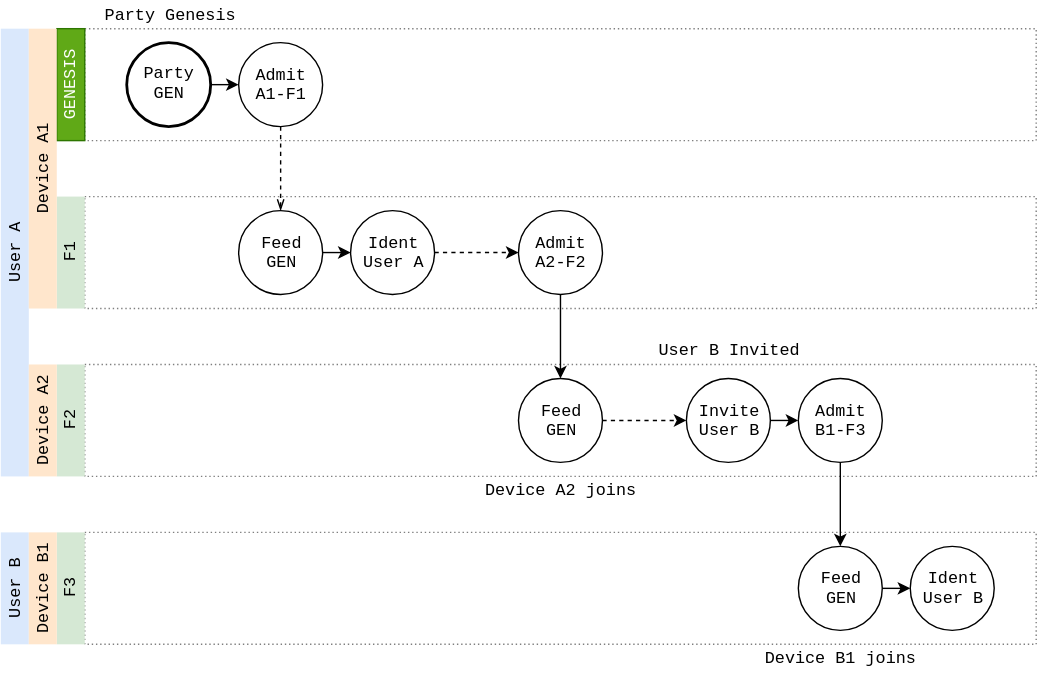
This is docs/design/diagrams/halo-credentials.drawio.svg from dxos/dxos, a draw.io export, as it was before one commit. Source tidied: cells renumbered, new cells last; positions are measured from the earlier drawing's top-left corner, leaving out a move shared by most shapes.
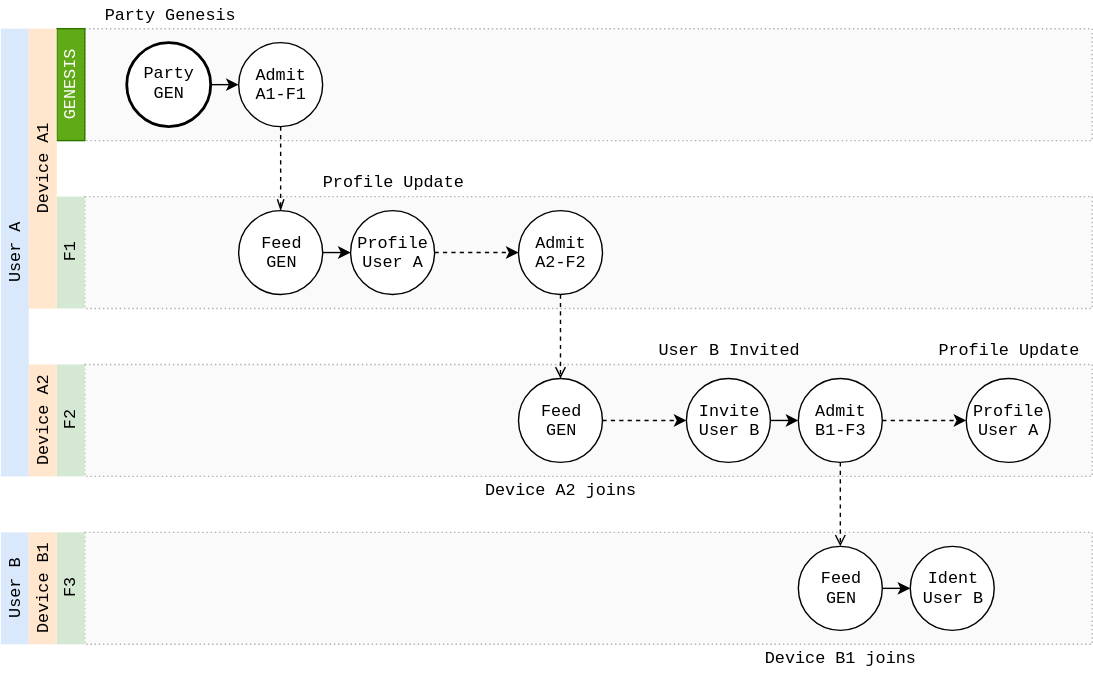
After the commit.

The edit, as a diff of the source:
```diff
@@ -1,74 +1,77 @@
-<mxGraphModel>
+<mxGraphModel background="#ffffff">
   <root>
     <mxCell id="0" />
     <mxCell id="1" parent="0" />
-    <mxCell id="2" style="rounded=0;whiteSpace=wrap;html=1;fillColor=none;dashed=1;dashPattern=1 2;strokeWidth=1;opacity=50;" parent="1" vertex="1">
-      <mxGeometry x="60" y="20" width="680" height="80" as="geometry" />
+    <mxCell id="2" style="rounded=0;whiteSpace=wrap;html=1;fillColor=#f5f5f5;dashed=1;dashPattern=1 2;strokeWidth=1;opacity=50;strokeColor=#666666;fontColor=#333333;" parent="1" vertex="1">
+      <mxGeometry x="60" y="20" width="720" height="80" as="geometry" />
     </mxCell>
-    <mxCell id="3" style="rounded=0;whiteSpace=wrap;html=1;fillColor=none;dashed=1;dashPattern=1 2;strokeWidth=1;opacity=50;" parent="1" vertex="1">
-      <mxGeometry x="60" y="140" width="680" height="80" as="geometry" />
+    <mxCell id="3" style="rounded=0;whiteSpace=wrap;html=1;fillColor=#f5f5f5;dashed=1;dashPattern=1 2;strokeWidth=1;opacity=50;strokeColor=#666666;fontColor=#333333;" parent="1" vertex="1">
+      <mxGeometry x="60" y="140" width="720" height="80" as="geometry" />
     </mxCell>
-    <mxCell id="4" style="rounded=0;whiteSpace=wrap;html=1;fillColor=none;dashed=1;dashPattern=1 2;strokeWidth=1;opacity=50;" parent="1" vertex="1">
-      <mxGeometry x="60" y="260" width="680" height="80" as="geometry" />
+    <mxCell id="4" style="rounded=0;whiteSpace=wrap;html=1;fillColor=#f5f5f5;dashed=1;dashPattern=1 2;strokeWidth=1;opacity=50;strokeColor=#666666;fontColor=#333333;" parent="1" vertex="1">
+      <mxGeometry x="60" y="260" width="720" height="80" as="geometry" />
     </mxCell>
-    <mxCell id="5" style="rounded=0;whiteSpace=wrap;html=1;fillColor=none;dashed=1;dashPattern=1 2;strokeWidth=1;opacity=50;" parent="1" vertex="1">
-      <mxGeometry x="60" y="380" width="680" height="80" as="geometry" />
+    <mxCell id="5" style="rounded=0;whiteSpace=wrap;html=1;fillColor=#f5f5f5;dashed=1;dashPattern=1 2;strokeWidth=1;opacity=50;strokeColor=#666666;fontColor=#333333;" parent="1" vertex="1">
+      <mxGeometry x="60" y="380" width="720" height="80" as="geometry" />
     </mxCell>
     <mxCell id="6" style="edgeStyle=orthogonalEdgeStyle;rounded=0;jettySize=auto;html=1;exitX=1;exitY=0.5;exitDx=0;exitDy=0;entryX=0;entryY=0.5;entryDx=0;entryDy=0;fontFamily=Courier New;fontSize=12;" parent="1" edge="1" source="7" target="9">
       <mxGeometry relative="1" as="geometry" />
     </mxCell>
-    <mxCell id="7" value="Party&lt;br style=&quot;font-size: 12px;&quot;&gt;GEN" style="ellipse;whiteSpace=wrap;html=1;fillColor=none;fontFamily=Courier New;fontSize=12;strokeWidth=2;" parent="1" vertex="1">
+    <mxCell id="7" value="Party&lt;br style=&quot;font-size: 12px;&quot;&gt;GEN" style="ellipse;whiteSpace=wrap;html=1;fontFamily=Courier New;fontSize=12;strokeWidth=2;" parent="1" vertex="1">
       <mxGeometry x="90" y="30" width="60" height="60" as="geometry" />
     </mxCell>
     <mxCell id="8" style="edgeStyle=orthogonalEdgeStyle;rounded=0;jettySize=auto;html=1;exitX=0.5;exitY=1;exitDx=0;exitDy=0;entryX=0.5;entryY=0;entryDx=0;entryDy=0;fontFamily=Courier New;fontSize=12;dashed=1;endArrow=openThin;endFill=0;" parent="1" edge="1" source="9" target="11">
       <mxGeometry relative="1" as="geometry" />
     </mxCell>
-    <mxCell id="9" value="Admit&lt;br style=&quot;font-size: 12px&quot;&gt;A1-F1" style="ellipse;whiteSpace=wrap;html=1;fillColor=none;fontFamily=Courier New;fontSize=12;" parent="1" vertex="1">
+    <mxCell id="9" value="Admit&lt;br style=&quot;font-size: 12px&quot;&gt;A1-F1" style="ellipse;whiteSpace=wrap;html=1;fontFamily=Courier New;fontSize=12;" parent="1" vertex="1">
       <mxGeometry x="170" y="30" width="60" height="60" as="geometry" />
     </mxCell>
     <mxCell id="10" style="edgeStyle=orthogonalEdgeStyle;rounded=0;jettySize=auto;html=1;exitX=1;exitY=0.5;exitDx=0;exitDy=0;entryX=0;entryY=0.5;entryDx=0;entryDy=0;fontFamily=Courier New;fontSize=12;" parent="1" edge="1" source="11" target="19">
       <mxGeometry relative="1" as="geometry" />
     </mxCell>
-    <mxCell id="11" value="Feed&lt;br style=&quot;font-size: 12px;&quot;&gt;GEN" style="ellipse;whiteSpace=wrap;html=1;fillColor=none;fontFamily=Courier New;fontSize=12;" parent="1" vertex="1">
+    <mxCell id="11" value="Feed&lt;br style=&quot;font-size: 12px;&quot;&gt;GEN" style="ellipse;whiteSpace=wrap;html=1;fontFamily=Courier New;fontSize=12;" parent="1" vertex="1">
       <mxGeometry x="170" y="150" width="60" height="60" as="geometry" />
     </mxCell>
     <mxCell id="12" style="edgeStyle=orthogonalEdgeStyle;rounded=0;jettySize=auto;html=1;exitX=1;exitY=0.5;exitDx=0;exitDy=0;entryX=0;entryY=0.5;entryDx=0;entryDy=0;dashed=1;fontFamily=Courier New;fontSize=12;" parent="1" edge="1" source="13" target="15">
       <mxGeometry relative="1" as="geometry" />
     </mxCell>
-    <mxCell id="13" value="Feed&lt;br style=&quot;font-size: 12px;&quot;&gt;GEN" style="ellipse;whiteSpace=wrap;html=1;fillColor=none;fontFamily=Courier New;fontSize=12;" parent="1" vertex="1">
+    <mxCell id="13" value="Feed&lt;br style=&quot;font-size: 12px;&quot;&gt;GEN" style="ellipse;whiteSpace=wrap;html=1;fontFamily=Courier New;fontSize=12;" parent="1" vertex="1">
       <mxGeometry x="370" y="270" width="60" height="60" as="geometry" />
     </mxCell>
     <mxCell id="14" style="edgeStyle=orthogonalEdgeStyle;rounded=0;jettySize=auto;html=1;exitX=1;exitY=0.5;exitDx=0;exitDy=0;entryX=0;entryY=0.5;entryDx=0;entryDy=0;fontFamily=Courier New;fontSize=12;" parent="1" edge="1" source="15" target="24">
       <mxGeometry relative="1" as="geometry" />
     </mxCell>
-    <mxCell id="15" value="Invite&lt;br style=&quot;font-size: 12px;&quot;&gt;User B" style="ellipse;whiteSpace=wrap;html=1;fillColor=none;fontFamily=Courier New;fontSize=12;" parent="1" vertex="1">
+    <mxCell id="15" value="Invite&lt;br style=&quot;font-size: 12px;&quot;&gt;User B" style="ellipse;whiteSpace=wrap;html=1;fontFamily=Courier New;fontSize=12;" parent="1" vertex="1">
       <mxGeometry x="490" y="270" width="60" height="60" as="geometry" />
     </mxCell>
     <mxCell id="16" style="edgeStyle=orthogonalEdgeStyle;rounded=0;jettySize=auto;html=1;exitX=1;exitY=0.5;exitDx=0;exitDy=0;entryX=0;entryY=0.5;entryDx=0;entryDy=0;fontFamily=Courier New;fontSize=12;" parent="1" edge="1" source="17" target="20">
       <mxGeometry relative="1" as="geometry" />
     </mxCell>
-    <mxCell id="17" value="Feed&lt;br style=&quot;font-size: 12px;&quot;&gt;GEN" style="ellipse;whiteSpace=wrap;html=1;fillColor=none;fontFamily=Courier New;fontSize=12;" parent="1" vertex="1">
+    <mxCell id="17" value="Feed&lt;br style=&quot;font-size: 12px;&quot;&gt;GEN" style="ellipse;whiteSpace=wrap;html=1;fontFamily=Courier New;fontSize=12;" parent="1" vertex="1">
       <mxGeometry x="570" y="390" width="60" height="60" as="geometry" />
     </mxCell>
     <mxCell id="18" style="edgeStyle=orthogonalEdgeStyle;rounded=0;jettySize=auto;html=1;exitX=1;exitY=0.5;exitDx=0;exitDy=0;entryX=0;entryY=0.5;entryDx=0;entryDy=0;dashed=1;fontFamily=Courier New;fontSize=12;" parent="1" edge="1" source="19" target="22">
       <mxGeometry relative="1" as="geometry" />
     </mxCell>
-    <mxCell id="19" value="Ident&lt;br style=&quot;font-size: 12px;&quot;&gt;User A" style="ellipse;whiteSpace=wrap;html=1;fillColor=none;fontFamily=Courier New;fontSize=12;" parent="1" vertex="1">
+    <mxCell id="19" value="Profile&lt;br style=&quot;font-size: 12px&quot;&gt;User A" style="ellipse;whiteSpace=wrap;html=1;fontFamily=Courier New;fontSize=12;" parent="1" vertex="1">
       <mxGeometry x="250" y="150" width="60" height="60" as="geometry" />
     </mxCell>
-    <mxCell id="20" value="Ident&lt;br style=&quot;font-size: 12px;&quot;&gt;User B" style="ellipse;whiteSpace=wrap;html=1;fillColor=none;fontFamily=Courier New;fontSize=12;" parent="1" vertex="1">
+    <mxCell id="20" value="Ident&lt;br style=&quot;font-size: 12px;&quot;&gt;User B" style="ellipse;whiteSpace=wrap;html=1;fontFamily=Courier New;fontSize=12;" parent="1" vertex="1">
       <mxGeometry x="650" y="390" width="60" height="60" as="geometry" />
     </mxCell>
-    <mxCell id="21" style="edgeStyle=orthogonalEdgeStyle;rounded=0;jettySize=auto;html=1;exitX=0.5;exitY=1;exitDx=0;exitDy=0;entryX=0.5;entryY=0;entryDx=0;entryDy=0;fontFamily=Courier New;fontSize=12;" parent="1" edge="1" source="22" target="13">
+    <mxCell id="21" style="edgeStyle=orthogonalEdgeStyle;rounded=0;jettySize=auto;html=1;exitX=0.5;exitY=1;exitDx=0;exitDy=0;entryX=0.5;entryY=0;entryDx=0;entryDy=0;fontFamily=Courier New;fontSize=12;dashed=1;endArrow=open;endFill=0;" parent="1" edge="1" source="22" target="13">
       <mxGeometry relative="1" as="geometry" />
     </mxCell>
-    <mxCell id="22" value="Admit&lt;br style=&quot;font-size: 12px;&quot;&gt;A2-F2" style="ellipse;whiteSpace=wrap;html=1;fillColor=none;fontFamily=Courier New;fontSize=12;" parent="1" vertex="1">
+    <mxCell id="22" value="Admit&lt;br style=&quot;font-size: 12px;&quot;&gt;A2-F2" style="ellipse;whiteSpace=wrap;html=1;fontFamily=Courier New;fontSize=12;" parent="1" vertex="1">
       <mxGeometry x="370" y="150" width="60" height="60" as="geometry" />
     </mxCell>
-    <mxCell id="23" style="edgeStyle=orthogonalEdgeStyle;rounded=0;jettySize=auto;html=1;exitX=0.5;exitY=1;exitDx=0;exitDy=0;entryX=0.5;entryY=0;entryDx=0;entryDy=0;fontFamily=Courier New;fontSize=12;" parent="1" edge="1" source="24" target="17">
+    <mxCell id="23" style="edgeStyle=orthogonalEdgeStyle;rounded=0;jettySize=auto;html=1;exitX=0.5;exitY=1;exitDx=0;exitDy=0;entryX=0.5;entryY=0;entryDx=0;entryDy=0;fontFamily=Courier New;fontSize=12;dashed=1;endArrow=open;endFill=0;" parent="1" edge="1" source="24" target="17">
       <mxGeometry relative="1" as="geometry" />
     </mxCell>
+    <mxCell id="38" style="edgeStyle=orthogonalEdgeStyle;rounded=0;jettySize=auto;html=1;exitX=1;exitY=0.5;exitDx=0;exitDy=0;dashed=1;endArrow=classic;endFill=1;fontFamily=Courier New;fontSize=12;" parent="1" edge="1" source="24" target="39">
+      <mxGeometry relative="1" as="geometry" />
+    </mxCell>
-    <mxCell id="24" value="Admit&lt;br style=&quot;font-size: 12px;&quot;&gt;B1-F3" style="ellipse;whiteSpace=wrap;html=1;fillColor=none;fontFamily=Courier New;fontSize=12;" parent="1" vertex="1">
+    <mxCell id="24" value="Admit&lt;br style=&quot;font-size: 12px;&quot;&gt;B1-F3" style="ellipse;whiteSpace=wrap;html=1;fontFamily=Courier New;fontSize=12;" parent="1" vertex="1">
       <mxGeometry x="570" y="270" width="60" height="60" as="geometry" />
     </mxCell>
     <mxCell id="25" value="F3" style="rounded=0;whiteSpace=wrap;html=1;strokeWidth=1;horizontal=0;fillColor=#d5e8d4;strokeColor=none;fontSize=12;fontFamily=Courier New;" parent="1" vertex="1">
@@ -110,5 +113,14 @@
     <mxCell id="37" value="Device B1 joins" style="text;html=1;strokeColor=none;fillColor=none;align=center;verticalAlign=middle;whiteSpace=wrap;rounded=0;dashed=1;dashPattern=1 2;fontFamily=Courier New;fontSize=12;opacity=50;" parent="1" vertex="1">
       <mxGeometry x="520" y="460" width="160" height="20" as="geometry" />
     </mxCell>
+    <mxCell id="39" value="Profile&lt;br style=&quot;font-size: 12px&quot;&gt;User A" style="ellipse;whiteSpace=wrap;html=1;fontFamily=Courier New;fontSize=12;" parent="1" vertex="1">
+      <mxGeometry x="690" y="270" width="60" height="60" as="geometry" />
+    </mxCell>
+    <mxCell id="40" value="Profile Update" style="text;html=1;strokeColor=none;fillColor=none;align=center;verticalAlign=middle;whiteSpace=wrap;rounded=0;dashed=1;dashPattern=1 2;fontFamily=Courier New;fontSize=12;opacity=50;" parent="1" vertex="1">
+      <mxGeometry x="660" y="240" width="120" height="20" as="geometry" />
+    </mxCell>
+    <mxCell id="41" value="Profile Update" style="text;html=1;strokeColor=none;fillColor=none;align=center;verticalAlign=middle;whiteSpace=wrap;rounded=0;dashed=1;dashPattern=1 2;fontFamily=Courier New;fontSize=12;opacity=50;" parent="1" vertex="1">
+      <mxGeometry x="220" y="120" width="120" height="20" as="geometry" />
+    </mxCell>
   </root>
 </mxGraphModel>
```
